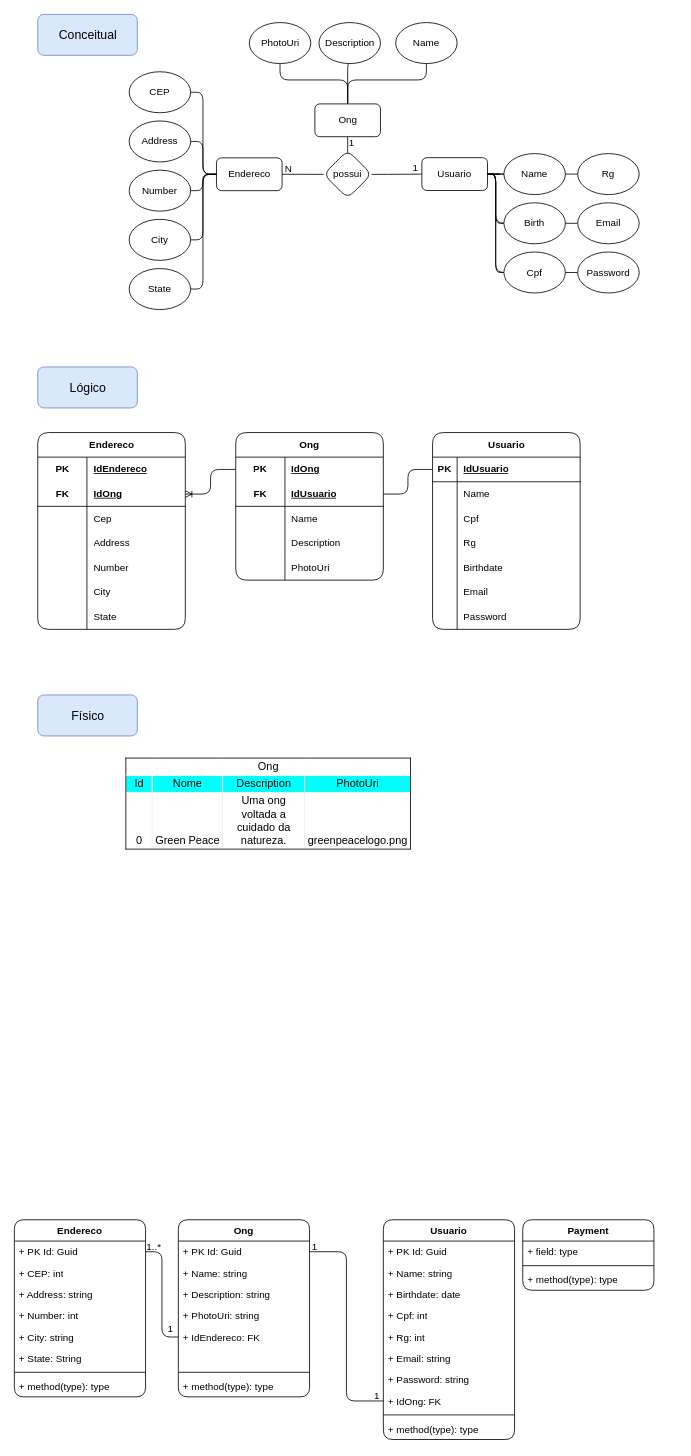
guilhermemonte21/hope-hand keeps this draw.io diagram as diagrama banco hope hand.drawio. Above is the earlier version. Source tidied: cells renumbered, new cells numbered last; positions are measured from the earlier drawing's top-left corner, leaving out a move shared by most shapes. Both pictures are drawn from the tidied source at 82%, with x=0, y=0 at pixel (14, 14).
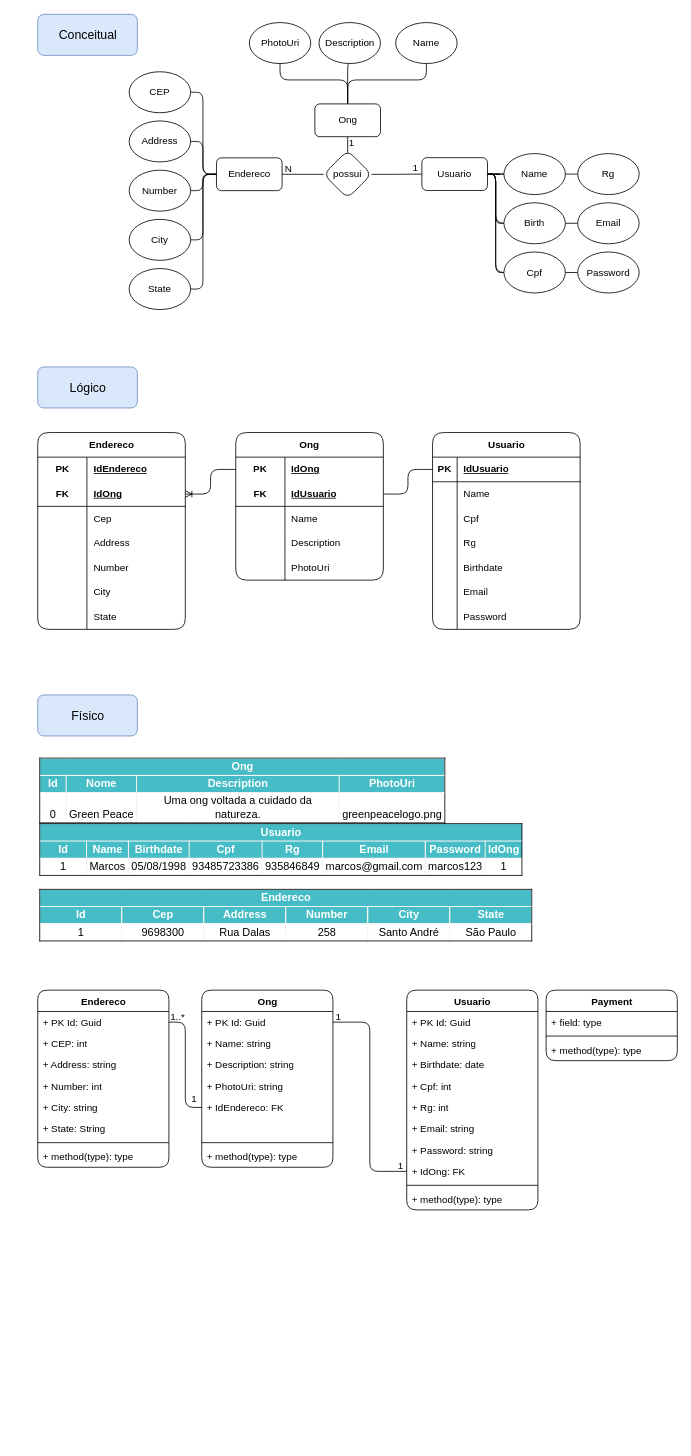
The same page after the edit.

Commit message:
Finalizado modelo físico

Diff of the diagram source:
```diff
@@
     <mxCell id="2" value="Ong" style="swimlane;fontStyle=1;align=center;verticalAlign=top;horizontal=1;startSize=26;whiteSpace=wrap;html=1;rounded=1;" parent="1" vertex="1">
-      <mxGeometry x="200" y="1470" width="160" height="216" as="geometry" />
+      <mxGeometry x="228.5" y="1190" width="160" height="216" as="geometry" />
     </mxCell>
@@
     <mxCell id="11" value="Endereco" style="swimlane;fontStyle=1;align=center;verticalAlign=top;horizontal=1;startSize=26;whiteSpace=wrap;html=1;rounded=1;" parent="1" vertex="1">
-      <mxGeometry y="1470" width="160" height="216" as="geometry" />
+      <mxGeometry x="28.5" y="1190" width="160" height="216" as="geometry" />
     </mxCell>
@@
     <mxCell id="20" value="Usuario" style="swimlane;fontStyle=1;align=center;verticalAlign=top;horizontal=1;startSize=26;whiteSpace=wrap;html=1;rounded=1;" parent="1" vertex="1">
-      <mxGeometry x="450" y="1470" width="160" height="268" as="geometry" />
+      <mxGeometry x="478.5" y="1190" width="160" height="268" as="geometry" />
     </mxCell>
@@
     <mxCell id="31" value="Payment" style="swimlane;fontStyle=1;align=center;verticalAlign=top;horizontal=1;startSize=26;whiteSpace=wrap;html=1;rounded=1;" parent="1" vertex="1">
-      <mxGeometry x="620" y="1470" width="160" height="86" as="geometry" />
+      <mxGeometry x="648.5" y="1190" width="160" height="86" as="geometry" />
     </mxCell>
@@
     <mxCell id="36" value="1" style="text;html=1;align=center;verticalAlign=middle;strokeColor=none;fillColor=none;rounded=1;" parent="1" vertex="1">
-      <mxGeometry x="351" y="1488" width="30" height="30" as="geometry" />
+      <mxGeometry x="379.5" y="1208" width="30" height="30" as="geometry" />
     </mxCell>
     <mxCell id="37" value="1" style="text;html=1;align=center;verticalAlign=middle;strokeColor=none;fillColor=none;rounded=1;" parent="1" vertex="1">
-      <mxGeometry x="427" y="1670" width="30" height="30" as="geometry" />
+      <mxGeometry x="455.5" y="1390" width="30" height="30" as="geometry" />
     </mxCell>
@@
     <mxCell id="50" value="1" style="text;html=1;align=center;verticalAlign=middle;strokeColor=none;fillColor=none;rounded=1;" parent="1" vertex="1">
-      <mxGeometry x="175" y="1588" width="30" height="30" as="geometry" />
+      <mxGeometry x="203.5" y="1308" width="30" height="30" as="geometry" />
     </mxCell>
     <mxCell id="51" value="1..*" style="text;html=1;align=center;verticalAlign=middle;strokeColor=none;fillColor=none;rounded=1;" parent="1" vertex="1">
-      <mxGeometry x="150" y="1488" width="40" height="30" as="geometry" />
+      <mxGeometry x="178.5" y="1208" width="40" height="30" as="geometry" />
     </mxCell>
@@
-    <mxCell id="144" value="&lt;table xmlns=&quot;http://www.w3.org/1999/xhtml&quot; cellspacing=&quot;0&quot; cellpadding=&quot;0&quot; dir=&quot;ltr&quot; border=&quot;1&quot; style=&quot;table-layout:fixed;font-size:10pt;font-family:Arial;width:0px;border-collapse:collapse;border:none&quot;&gt;&lt;colgroup&gt;&lt;col width=&quot;32&quot;&gt;&lt;col width=&quot;86&quot;&gt;&lt;col width=&quot;100&quot;&gt;&lt;col width=&quot;129&quot;&gt;&lt;/colgroup&gt;&lt;tbody&gt;&lt;tr style=&quot;height:21px;&quot;&gt;&lt;td style=&quot;border-top:1px solid #000000;border-right:1px solid #000000;border-left:1px solid #000000;overflow:hidden;padding:2px 3px 2px 3px;vertical-align:bottom;text-align:center;&quot; rowspan=&quot;1&quot; colspan=&quot;4&quot;&gt;Ong&lt;/td&gt;&lt;/tr&gt;&lt;tr style=&quot;height:21px;&quot;&gt;&lt;td style=&quot;border-left:1px solid #000000;overflow:hidden;padding:2px 3px 2px 3px;vertical-align:bottom;background-color:#00ffff;text-align:center;&quot;&gt;Id&lt;/td&gt;&lt;td style=&quot;overflow:hidden;padding:2px 3px 2px 3px;vertical-align:bottom;background-color:#00ffff;text-align:center;&quot;&gt;Nome&lt;/td&gt;&lt;td style=&quot;overflow:hidden;padding:2px 3px 2px 3px;vertical-align:bottom;background-color:#00ffff;text-align:center;&quot;&gt;Description&lt;/td&gt;&lt;td style=&quot;border-right:1px solid #000000;overflow:hidden;padding:2px 3px 2px 3px;vertical-align:bottom;background-color:#00ffff;text-align:center;&quot;&gt;PhotoUri&lt;/td&gt;&lt;/tr&gt;&lt;tr style=&quot;height:21px;&quot;&gt;&lt;td style=&quot;border-bottom:1px solid #000000;border-left:1px solid #000000;overflow:hidden;padding:2px 3px 2px 3px;vertical-align:bottom;text-align:center;&quot;&gt;0&lt;/td&gt;&lt;td style=&quot;border-bottom:1px solid #000000;overflow:hidden;padding:2px 3px 2px 3px;vertical-align:bottom;text-align:center;&quot;&gt;Green Peace&lt;/td&gt;&lt;td style=&quot;border-bottom:1px solid #000000;overflow:hidden;padding:2px 3px 2px 3px;vertical-align:bottom;text-align:center;&quot;&gt;Uma ong voltada a cuidado da natureza.&lt;/td&gt;&lt;td style=&quot;border-right:1px solid #000000;border-bottom:1px solid #000000;overflow:hidden;padding:2px 3px 2px 3px;vertical-align:bottom;text-align:center;&quot;&gt;greenpeacelogo.png&lt;/td&gt;&lt;/tr&gt;&lt;/tbody&gt;&lt;/table&gt;" style="text;whiteSpace=wrap;html=1;" parent="1" vertex="1">
-      <mxGeometry x="134" y="900" width="380" height="90" as="geometry" />
+    <mxCell id="144" value="&lt;table xmlns=&quot;http://www.w3.org/1999/xhtml&quot; cellspacing=&quot;0&quot; cellpadding=&quot;0&quot; dir=&quot;ltr&quot; border=&quot;1&quot; style=&quot;table-layout:fixed;font-size:10pt;font-family:Arial;width:0px;border-collapse:collapse;border:none&quot;&gt;&lt;colgroup&gt;&lt;col width=&quot;32&quot;&gt;&lt;col width=&quot;86&quot;&gt;&lt;col width=&quot;247&quot;&gt;&lt;col width=&quot;129&quot;&gt;&lt;/colgroup&gt;&lt;tbody&gt;&lt;tr style=&quot;height:21px;&quot;&gt;&lt;td style=&quot;border-top:1px solid #000000;border-right:1px solid #000000;border-left:1px solid #000000;overflow:hidden;padding:2px 3px 2px 3px;vertical-align:bottom;background-color:#46bdc6;font-weight:bold;color:#ffffff;text-align:center;&quot; rowspan=&quot;1&quot; colspan=&quot;4&quot;&gt;Ong&lt;/td&gt;&lt;/tr&gt;&lt;tr style=&quot;height:21px;&quot;&gt;&lt;td style=&quot;border-left:1px solid #000000;overflow:hidden;padding:2px 3px 2px 3px;vertical-align:bottom;background-color:#46bdc6;font-weight:bold;color:#ffffff;text-align:center;&quot;&gt;Id&lt;/td&gt;&lt;td style=&quot;overflow:hidden;padding:2px 3px 2px 3px;vertical-align:bottom;background-color:#46bdc6;font-weight:bold;color:#ffffff;text-align:center;&quot;&gt;Nome&lt;/td&gt;&lt;td style=&quot;overflow:hidden;padding:2px 3px 2px 3px;vertical-align:bottom;background-color:#46bdc6;font-weight:bold;color:#ffffff;text-align:center;&quot;&gt;Description&lt;/td&gt;&lt;td style=&quot;border-right:1px solid #000000;overflow:hidden;padding:2px 3px 2px 3px;vertical-align:bottom;background-color:#46bdc6;font-weight:bold;color:#ffffff;text-align:center;&quot;&gt;PhotoUri&lt;/td&gt;&lt;/tr&gt;&lt;tr style=&quot;height:21px;&quot;&gt;&lt;td style=&quot;border-bottom:1px solid #000000;border-left:1px solid #000000;overflow:hidden;padding:2px 3px 2px 3px;vertical-align:bottom;text-align:center;&quot;&gt;0&lt;/td&gt;&lt;td style=&quot;border-bottom:1px solid #000000;overflow:hidden;padding:2px 3px 2px 3px;vertical-align:bottom;text-align:center;&quot;&gt;Green Peace&lt;/td&gt;&lt;td style=&quot;border-bottom:1px solid #000000;overflow:hidden;padding:2px 3px 2px 3px;vertical-align:bottom;text-align:center;&quot;&gt;Uma ong voltada a cuidado da natureza.&lt;/td&gt;&lt;td style=&quot;border-right:1px solid #000000;border-bottom:1px solid #000000;overflow:hidden;padding:2px 3px 2px 3px;vertical-align:bottom;text-align:center;&quot;&gt;greenpeacelogo.png&lt;/td&gt;&lt;/tr&gt;&lt;/tbody&gt;&lt;/table&gt;" style="text;whiteSpace=wrap;html=1;" parent="1" vertex="1">
+      <mxGeometry x="28.5" y="900" width="500" height="80" as="geometry" />
     </mxCell>
+    <mxCell id="145" value="&lt;table xmlns=&quot;http://www.w3.org/1999/xhtml&quot; cellspacing=&quot;0&quot; cellpadding=&quot;0&quot; dir=&quot;ltr&quot; border=&quot;1&quot; style=&quot;table-layout:fixed;font-size:10pt;font-family:Arial;width:0px;border-collapse:collapse;border:none&quot;&gt;&lt;colgroup&gt;&lt;col width=&quot;57&quot;&gt;&lt;col width=&quot;51&quot;&gt;&lt;col width=&quot;74&quot;&gt;&lt;col width=&quot;89&quot;&gt;&lt;col width=&quot;74&quot;&gt;&lt;col width=&quot;125&quot;&gt;&lt;col width=&quot;73&quot;&gt;&lt;col width=&quot;45&quot;&gt;&lt;/colgroup&gt;&lt;tbody&gt;&lt;tr style=&quot;height:21px;&quot;&gt;&lt;td style=&quot;border-top:1px solid #000000;border-right:1px solid #000000;border-left:1px solid #000000;overflow:hidden;padding:2px 3px 2px 3px;vertical-align:bottom;background-color:#46bdc6;font-weight:bold;color:#ffffff;text-align:center;&quot; rowspan=&quot;1&quot; colspan=&quot;8&quot;&gt;Usuario&lt;/td&gt;&lt;/tr&gt;&lt;tr style=&quot;height:21px;&quot;&gt;&lt;td style=&quot;border-left:1px solid #000000;overflow:hidden;padding:2px 3px 2px 3px;vertical-align:bottom;background-color:#46bdc6;font-weight:bold;color:#ffffff;text-align:center;&quot;&gt;Id&lt;/td&gt;&lt;td style=&quot;overflow:hidden;padding:2px 3px 2px 3px;vertical-align:bottom;background-color:#46bdc6;font-weight:bold;color:#ffffff;text-align:center;&quot;&gt;Name&lt;/td&gt;&lt;td style=&quot;overflow:hidden;padding:2px 3px 2px 3px;vertical-align:bottom;background-color:#46bdc6;font-weight:bold;color:#ffffff;text-align:center;&quot;&gt;Birthdate&lt;/td&gt;&lt;td style=&quot;overflow:hidden;padding:2px 3px 2px 3px;vertical-align:bottom;background-color:#46bdc6;font-weight:bold;color:#ffffff;text-align:center;&quot;&gt;Cpf&lt;/td&gt;&lt;td style=&quot;overflow:hidden;padding:2px 3px 2px 3px;vertical-align:bottom;background-color:#46bdc6;font-weight:bold;color:#ffffff;text-align:center;&quot;&gt;Rg&lt;/td&gt;&lt;td style=&quot;overflow:hidden;padding:2px 3px 2px 3px;vertical-align:bottom;background-color:#46bdc6;font-weight:bold;color:#ffffff;text-align:center;&quot;&gt;Email&lt;/td&gt;&lt;td style=&quot;overflow:hidden;padding:2px 3px 2px 3px;vertical-align:bottom;background-color:#46bdc6;font-weight:bold;color:#ffffff;text-align:center;&quot;&gt;Password&lt;/td&gt;&lt;td style=&quot;border-right:1px solid #000000;overflow:hidden;padding:2px 3px 2px 3px;vertical-align:bottom;background-color:#46bdc6;font-weight:bold;color:#ffffff;text-align:center;&quot;&gt;IdOng&lt;/td&gt;&lt;/tr&gt;&lt;tr style=&quot;height:21px;&quot;&gt;&lt;td style=&quot;border-bottom:1px solid #000000;border-left:1px solid #000000;overflow:hidden;padding:2px 3px 2px 3px;vertical-align:bottom;text-align:center;&quot;&gt;1&lt;/td&gt;&lt;td style=&quot;border-bottom:1px solid #000000;overflow:hidden;padding:2px 3px 2px 3px;vertical-align:bottom;text-align:center;&quot;&gt;Marcos&lt;/td&gt;&lt;td style=&quot;border-bottom:1px solid #000000;overflow:hidden;padding:2px 3px 2px 3px;vertical-align:bottom;text-align:center;&quot;&gt;05/08/1998&lt;/td&gt;&lt;td style=&quot;border-bottom:1px solid #000000;overflow:hidden;padding:2px 3px 2px 3px;vertical-align:bottom;text-align:center;&quot;&gt;93485723386&lt;/td&gt;&lt;td style=&quot;border-bottom:1px solid #000000;overflow:hidden;padding:2px 3px 2px 3px;vertical-align:bottom;text-align:center;&quot;&gt;935846849&lt;/td&gt;&lt;td style=&quot;border-bottom:1px solid #000000;overflow:hidden;padding:2px 3px 2px 3px;vertical-align:bottom;text-align:center;&quot;&gt;marcos@gmail.com&lt;/td&gt;&lt;td style=&quot;border-bottom:1px solid #000000;overflow:hidden;padding:2px 3px 2px 3px;vertical-align:bottom;text-align:center;&quot;&gt;marcos123&lt;/td&gt;&lt;td style=&quot;border-right:1px solid #000000;border-bottom:1px solid #000000;overflow:hidden;padding:2px 3px 2px 3px;vertical-align:bottom;text-align:center;&quot;&gt;1&lt;/td&gt;&lt;/tr&gt;&lt;/tbody&gt;&lt;/table&gt;" style="text;whiteSpace=wrap;html=1;" parent="1" vertex="1">
+      <mxGeometry x="28.5" y="980" width="591.5" height="70" as="geometry" />
+    </mxCell>
+    <mxCell id="146" value="&lt;table xmlns=&quot;http://www.w3.org/1999/xhtml&quot; cellspacing=&quot;0&quot; cellpadding=&quot;0&quot; dir=&quot;ltr&quot; border=&quot;1&quot; style=&quot;table-layout:fixed;font-size:10pt;font-family:Arial;width:0px;border-collapse:collapse;border:none&quot;&gt;&lt;colgroup&gt;&lt;col width=&quot;100&quot;&gt;&lt;col width=&quot;100&quot;&gt;&lt;col width=&quot;100&quot;&gt;&lt;col width=&quot;100&quot;&gt;&lt;col width=&quot;100&quot;&gt;&lt;col width=&quot;100&quot;&gt;&lt;/colgroup&gt;&lt;tbody&gt;&lt;tr style=&quot;height:21px;&quot;&gt;&lt;td style=&quot;border-top:1px solid #000000;border-right:1px solid #000000;border-left:1px solid #000000;overflow:hidden;padding:2px 3px 2px 3px;vertical-align:bottom;background-color:#46bdc6;font-weight:bold;color:#ffffff;text-align:center;&quot; rowspan=&quot;1&quot; colspan=&quot;6&quot;&gt;Endereco&lt;/td&gt;&lt;/tr&gt;&lt;tr style=&quot;height:21px;&quot;&gt;&lt;td style=&quot;border-left:1px solid #000000;overflow:hidden;padding:2px 3px 2px 3px;vertical-align:bottom;background-color:#46bdc6;font-weight:bold;color:#ffffff;text-align:center;&quot;&gt;Id&lt;/td&gt;&lt;td style=&quot;overflow:hidden;padding:2px 3px 2px 3px;vertical-align:bottom;background-color:#46bdc6;font-weight:bold;color:#ffffff;text-align:center;&quot;&gt;Cep&lt;/td&gt;&lt;td style=&quot;overflow:hidden;padding:2px 3px 2px 3px;vertical-align:bottom;background-color:#46bdc6;font-weight:bold;color:#ffffff;text-align:center;&quot;&gt;Address&lt;/td&gt;&lt;td style=&quot;overflow:hidden;padding:2px 3px 2px 3px;vertical-align:bottom;background-color:#46bdc6;font-weight:bold;color:#ffffff;text-align:center;&quot;&gt;Number&lt;/td&gt;&lt;td style=&quot;overflow:hidden;padding:2px 3px 2px 3px;vertical-align:bottom;background-color:#46bdc6;font-weight:bold;color:#ffffff;text-align:center;&quot;&gt;City&lt;/td&gt;&lt;td style=&quot;border-right:1px solid #000000;overflow:hidden;padding:2px 3px 2px 3px;vertical-align:bottom;background-color:#46bdc6;font-weight:bold;color:#ffffff;text-align:center;&quot;&gt;State&lt;/td&gt;&lt;/tr&gt;&lt;tr style=&quot;height:21px;&quot;&gt;&lt;td style=&quot;border-bottom:1px solid #000000;border-left:1px solid #000000;overflow:hidden;padding:2px 3px 2px 3px;vertical-align:bottom;text-align:center;&quot;&gt;1&lt;/td&gt;&lt;td style=&quot;border-bottom:1px solid #000000;overflow:hidden;padding:2px 3px 2px 3px;vertical-align:bottom;text-align:center;&quot;&gt;9698300&lt;/td&gt;&lt;td style=&quot;border-bottom:1px solid #000000;overflow:hidden;padding:2px 3px 2px 3px;vertical-align:bottom;text-align:center;&quot;&gt;Rua Dalas&lt;/td&gt;&lt;td style=&quot;border-bottom:1px solid #000000;overflow:hidden;padding:2px 3px 2px 3px;vertical-align:bottom;text-align:center;&quot;&gt;258&lt;/td&gt;&lt;td style=&quot;border-bottom:1px solid #000000;overflow:hidden;padding:2px 3px 2px 3px;vertical-align:bottom;text-align:center;&quot;&gt;Santo André&lt;/td&gt;&lt;td style=&quot;border-right:1px solid #000000;border-bottom:1px solid #000000;overflow:hidden;padding:2px 3px 2px 3px;vertical-align:bottom;text-align:center;&quot;&gt;São Paulo&lt;/td&gt;&lt;/tr&gt;&lt;/tbody&gt;&lt;/table&gt;" style="text;whiteSpace=wrap;html=1;" parent="1" vertex="1">
+      <mxGeometry x="28.5" y="1060" width="601.5" height="70" as="geometry" />
+    </mxCell>
```
